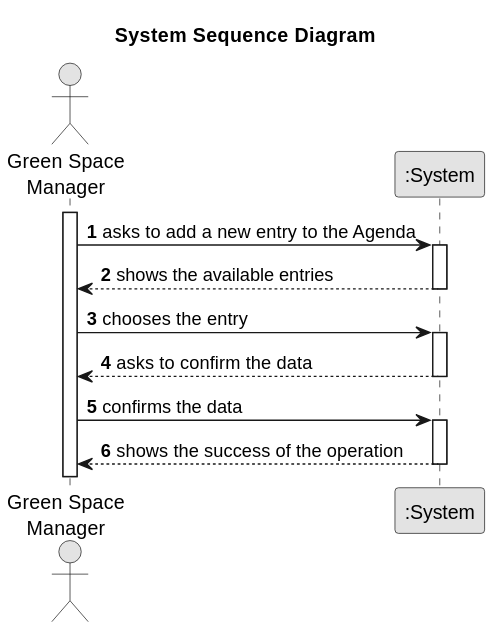
This is docs/sprintC/us022/01.requirements-engineering/svg/us0022-System_Sequence_Diagram.svg from RicardoMorim/lapr2-ISEP-Project, a PlantUML export, as it was before one commit.
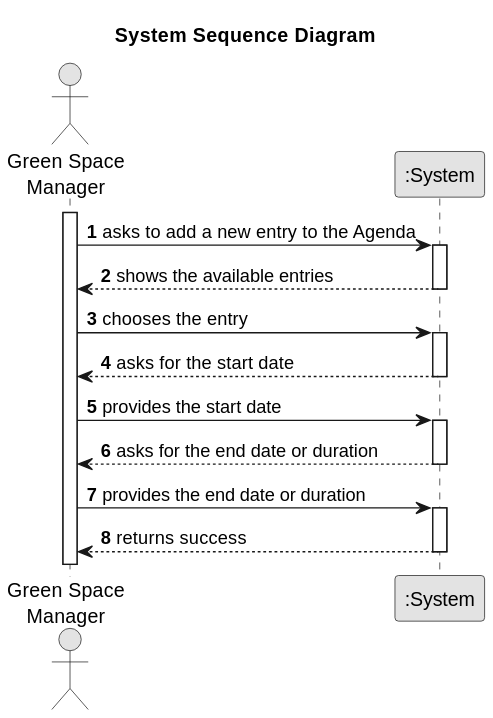
Later version of the same file.

Diff of the diagram source:
```diff
@@ -22,12 +22,18 @@
     Employee -> System : chooses the entry
     activate System
 
-    System --> Employee : asks to confirm the data
+    System --> Employee : asks for the start date
     deactivate System
 
-    Employee -> System : confirms the data
+    Employee -> System : provides the start date
     activate System
 
-    System --> Employee : shows the success of the operation
+    System --> Employee : asks for the end date or duration
+    deactivate System
+
+    Employee -> System : provides the end date or duration
+    activate System
+
+    System --> Employee : returns success
     deactivate System
 @enduml
```
